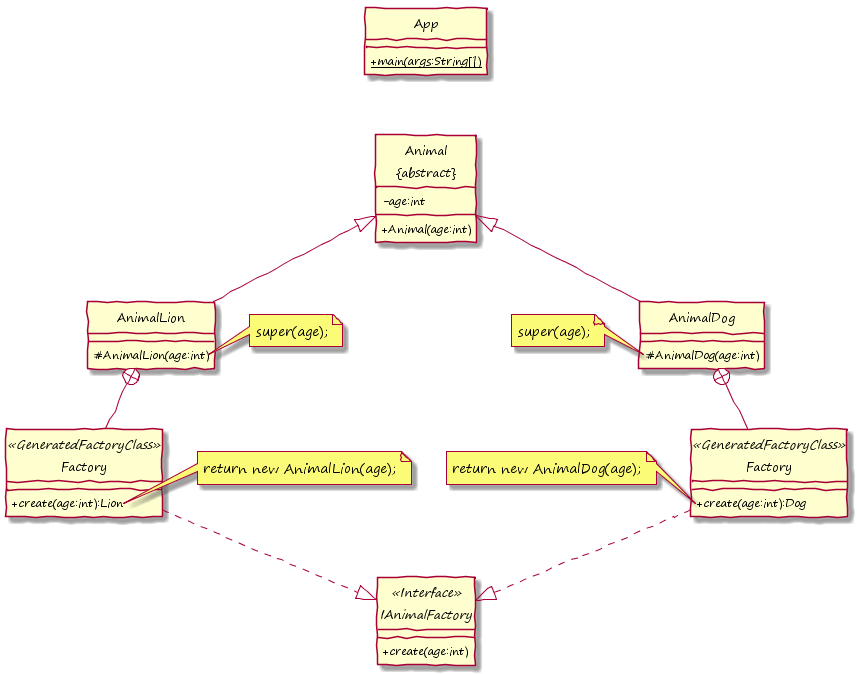
This is images/PlantUML_Adaption_Factory_Class_Out.png from KirstenZa/xtend-etai, a PlantUML export, as it was before one commit. Its diagram source:
```plantuml
@startuml

hide circle
skinparam handwritten true
skinparam DefaultFontName "Segoe Print"
skinparam classAttributeIconSize 0
!pragma horizontalLineBetweenDifferentPackageAllowed

class App {
	{static} +main(args:String[])
}

interface IAnimalFactory <<Interface>> {
	+create(age:int)
}

class "Animal\n&#123;abstract&#125;" as Animal {
	-age:int
	+Animal(age:int)
}

class AnimalLion {
    #AnimalLion(age:int)
}

class AnimalDog {
    #AnimalDog(age:int)
}

class "Factory" as FactoryLion <<GeneratedFactoryClass>> {
    +create(age:int):Lion
}

class "Factory" as FactoryDog <<GeneratedFactoryClass>> {
    +create(age:int):Dog
}

AnimalLion +-- FactoryLion
AnimalDog +-- FactoryDog

Animal <|-down- AnimalLion
Animal <|-down- AnimalDog
IAnimalFactory <|.up. FactoryLion
IAnimalFactory <|.up. FactoryDog

Animal <-down[hidden]- App

note right of AnimalLion::AnimalLion(age:int)
  super(age);
end note

note left of AnimalDog::AnimalDog(age:int)
  super(age);
end note

note right of FactoryLion::create(age:int)
  return new AnimalLion(age);
end note

note left of FactoryDog::create(age:int)
  return new AnimalDog(age);
end note

@enduml
```
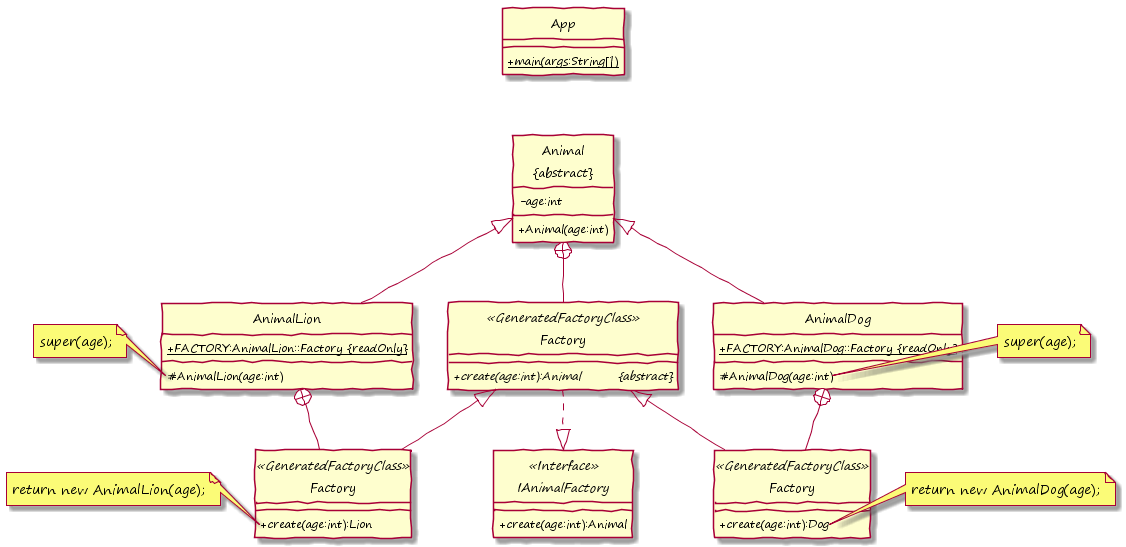
The same diagram one commit later.

Change to the diagram source:
```diff
@@ -11,7 +11,7 @@
 }
 
 interface IAnimalFactory <<Interface>> {
-	+create(age:int)
+	+create(age:int):Animal
 }
 
 class "Animal\n&#123;abstract&#125;" as Animal {
@@ -20,11 +20,17 @@
 }
 
 class AnimalLion {
+    {static} +FACTORY:AnimalLion::Factory &#123;readOnly&#125;
     #AnimalLion(age:int)
 }
 
 class AnimalDog {
+    {static} +FACTORY:AnimalDog::Factory &#123;readOnly&#125;
     #AnimalDog(age:int)
+}
+
+class "Factory" as FactoryAnimal <<GeneratedFactoryClass>> {
+    {abstract} +create(age:int):Animal &#009; &#123;abstract&#125;
 }
 
 class "Factory" as FactoryLion <<GeneratedFactoryClass>> {
@@ -37,27 +43,29 @@
 
 AnimalLion +-- FactoryLion
 AnimalDog +-- FactoryDog
+Animal +-- FactoryAnimal
 
 Animal <|-down- AnimalLion
 Animal <|-down- AnimalDog
-IAnimalFactory <|.up. FactoryLion
-IAnimalFactory <|.up. FactoryDog
+FactoryAnimal <|-down- FactoryDog
+FactoryAnimal <|-down- FactoryLion
+IAnimalFactory <|.up. FactoryAnimal
 
 Animal <-down[hidden]- App
 
-note right of AnimalLion::AnimalLion(age:int)
+note left of AnimalLion::AnimalLion(age:int)
   super(age);
 end note
 
-note left of AnimalDog::AnimalDog(age:int)
+note right of AnimalDog::AnimalDog(age:int)
   super(age);
 end note
 
-note right of FactoryLion::create(age:int)
+note left of FactoryLion::create(age:int)
   return new AnimalLion(age);
 end note
 
-note left of FactoryDog::create(age:int)
+note right of FactoryDog::create(age:int)
   return new AnimalDog(age);
 end note
 
```
